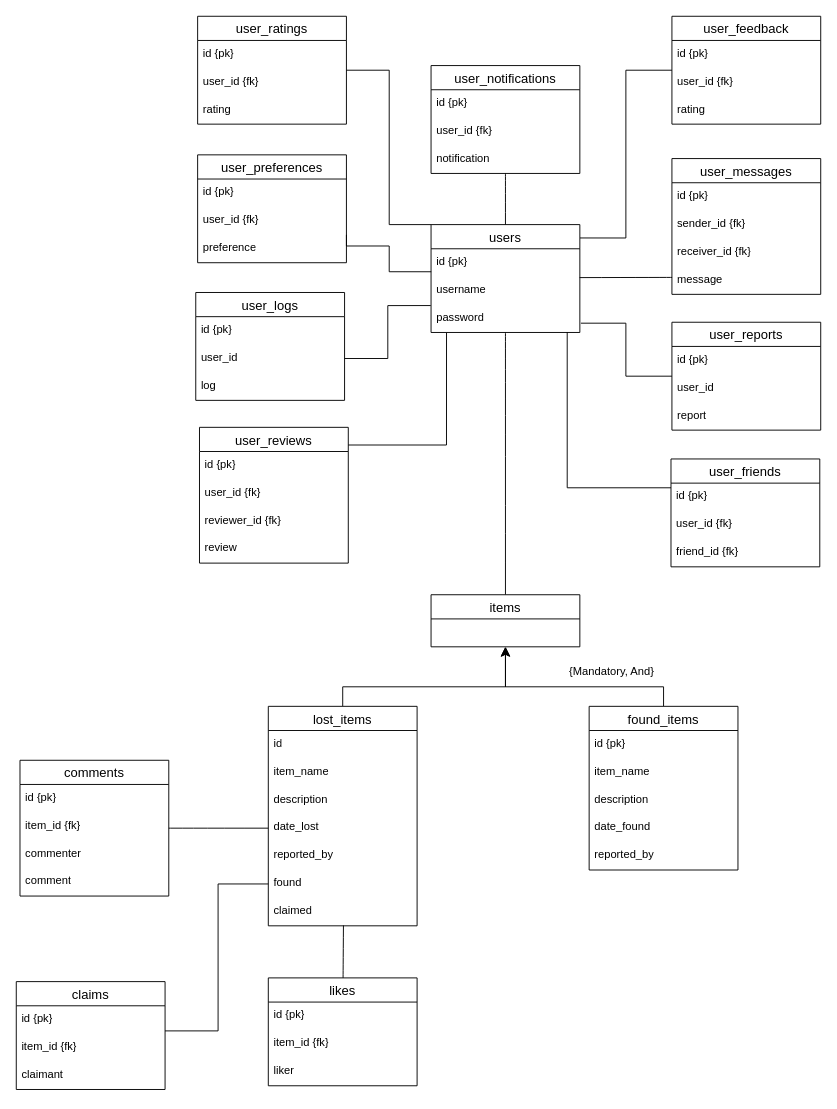
Before: Untitled Diagram.drawio in nurhanisahizzati/lostnfoundsystem, a draw.io diagram. Source tidied: cells renumbered, new cells numbered last; positions are measured from the earlier drawing's top-left corner, leaving out a move shared by most shapes. Both pictures are drawn from the tidied source at 93%, with x=0, y=0 at pixel (16, 16).
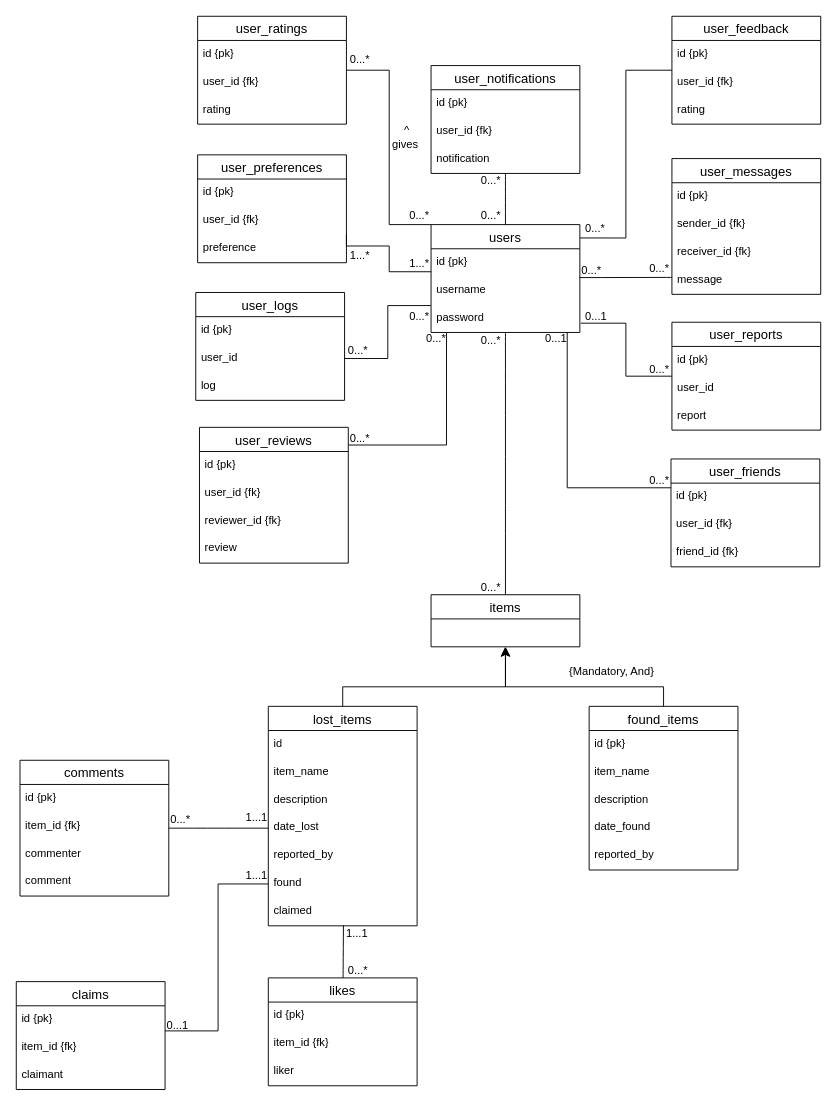
The same page after the edit.

Unchanged cells that the change refers to:
```xml
<mxCell id="3" value="users" style="swimlane;fontStyle=0;horizontal=1;startSize=26;align=center;fontSize=14;" parent="1" vertex="1">
  <mxGeometry x="446" y="224" width="160" height="116" as="geometry" />
</mxCell>
<mxCell id="73" value="user_ratings" style="swimlane;fontStyle=0;horizontal=1;startSize=26;align=center;fontSize=14;" parent="1" vertex="1">
  <mxGeometry x="195" width="160" height="116" as="geometry" />
</mxCell>
```

The edit, as a diff of the source:
```diff
@@
-    <mxCell id="72" style="edgeStyle=orthogonalEdgeStyle;rounded=0;jettySize=auto;html=1;entryX=0;entryY=0;entryDx=0;entryDy=0;fontSize=12;startSize=8;endSize=8;endArrow=none;endFill=0;" parent="1" edge="1" source="73" target="3">
-      <mxGeometry relative="1" as="geometry">
+    <mxCell id="72" value="&lt;div&gt;&amp;nbsp;^&lt;/div&gt;gives" style="edgeStyle=orthogonalEdgeStyle;rounded=0;jettySize=auto;html=1;entryX=0;entryY=0;entryDx=0;entryDy=0;fontSize=12;startSize=8;endSize=8;endArrow=none;endFill=0;" parent="1" edge="1" source="73" target="3">
+      <mxGeometry x="-0.08" y="17" relative="1" as="geometry">
         <Array as="points">
           <mxPoint x="401" y="58" />
           <mxPoint x="401" y="224" />
         </Array>
       </mxGeometry>
     </mxCell>
@@
+    <mxCell id="87" value="&lt;div style=&quot;forced-color-adjust: none; color: rgb(0, 0, 0); font-family: Helvetica; font-size: 12px; font-style: normal; font-variant-ligatures: normal; font-variant-caps: normal; font-weight: 400; letter-spacing: normal; orphans: 2; text-align: center; text-indent: 0px; text-transform: none; widows: 2; word-spacing: 0px; -webkit-text-stroke-width: 0px; white-space: nowrap; text-decoration-thickness: initial; text-decoration-style: initial; text-decoration-color: initial;&quot;&gt;0...*&lt;/div&gt;" style="text;whiteSpace=wrap;html=1;" parent="1" vertex="1">
+      <mxGeometry x="357" y="32.5" width="56" height="51" as="geometry" />
+    </mxCell>
+    <mxCell id="88" value="&lt;div style=&quot;forced-color-adjust: none; color: rgb(0, 0, 0); font-family: Helvetica; font-size: 12px; font-style: normal; font-variant-ligatures: normal; font-variant-caps: normal; font-weight: 400; letter-spacing: normal; orphans: 2; text-align: center; text-indent: 0px; text-transform: none; widows: 2; word-spacing: 0px; -webkit-text-stroke-width: 0px; white-space: nowrap; text-decoration-thickness: initial; text-decoration-style: initial; text-decoration-color: initial;&quot;&gt;0...*&lt;/div&gt;" style="text;whiteSpace=wrap;html=1;" parent="1" vertex="1">
+      <mxGeometry x="421" y="200.5" width="56" height="51" as="geometry" />
+    </mxCell>
+    <mxCell id="89" value="&lt;div style=&quot;forced-color-adjust: none; color: rgb(0, 0, 0); font-family: Helvetica; font-size: 12px; font-style: normal; font-variant-ligatures: normal; font-variant-caps: normal; font-weight: 400; letter-spacing: normal; orphans: 2; text-align: center; text-indent: 0px; text-transform: none; widows: 2; word-spacing: 0px; -webkit-text-stroke-width: 0px; white-space: nowrap; text-decoration-thickness: initial; text-decoration-style: initial; text-decoration-color: initial;&quot;&gt;0...*&lt;/div&gt;" style="text;whiteSpace=wrap;html=1;" parent="1" vertex="1">
+      <mxGeometry x="498" y="200.5" width="56" height="51" as="geometry" />
+    </mxCell>
+    <mxCell id="90" value="&lt;div style=&quot;forced-color-adjust: none; color: rgb(0, 0, 0); font-family: Helvetica; font-size: 12px; font-style: normal; font-variant-ligatures: normal; font-variant-caps: normal; font-weight: 400; letter-spacing: normal; orphans: 2; text-align: center; text-indent: 0px; text-transform: none; widows: 2; word-spacing: 0px; -webkit-text-stroke-width: 0px; white-space: nowrap; text-decoration-thickness: initial; text-decoration-style: initial; text-decoration-color: initial;&quot;&gt;0...*&lt;/div&gt;" style="text;whiteSpace=wrap;html=1;" parent="1" vertex="1">
+      <mxGeometry x="498" y="163" width="56" height="51" as="geometry" />
+    </mxCell>
+    <mxCell id="91" value="&lt;div style=&quot;forced-color-adjust: none; color: rgb(0, 0, 0); font-family: Helvetica; font-size: 12px; font-style: normal; font-variant-ligatures: normal; font-variant-caps: normal; font-weight: 400; letter-spacing: normal; orphans: 2; text-align: center; text-indent: 0px; text-transform: none; widows: 2; word-spacing: 0px; -webkit-text-stroke-width: 0px; white-space: nowrap; text-decoration-thickness: initial; text-decoration-style: initial; text-decoration-color: initial;&quot;&gt;0...*&lt;/div&gt;" style="text;whiteSpace=wrap;html=1;" parent="1" vertex="1">
+      <mxGeometry x="421" y="309" width="56" height="51" as="geometry" />
+    </mxCell>
+    <mxCell id="92" value="&lt;div style=&quot;forced-color-adjust: none; color: rgb(0, 0, 0); font-family: Helvetica; font-size: 12px; font-style: normal; font-variant-ligatures: normal; font-variant-caps: normal; font-weight: 400; letter-spacing: normal; orphans: 2; text-align: center; text-indent: 0px; text-transform: none; widows: 2; word-spacing: 0px; -webkit-text-stroke-width: 0px; white-space: nowrap; text-decoration-thickness: initial; text-decoration-style: initial; text-decoration-color: initial;&quot;&gt;0...*&lt;/div&gt;" style="text;whiteSpace=wrap;html=1;" parent="1" vertex="1">
+      <mxGeometry x="355" y="346" width="56" height="51" as="geometry" />
+    </mxCell>
+    <mxCell id="93" value="&lt;div style=&quot;forced-color-adjust: none; color: rgb(0, 0, 0); font-family: Helvetica; font-size: 12px; font-style: normal; font-variant-ligatures: normal; font-variant-caps: normal; font-weight: 400; letter-spacing: normal; orphans: 2; text-align: center; text-indent: 0px; text-transform: none; widows: 2; word-spacing: 0px; -webkit-text-stroke-width: 0px; white-space: nowrap; text-decoration-thickness: initial; text-decoration-style: initial; text-decoration-color: initial;&quot;&gt;0...*&lt;/div&gt;" style="text;whiteSpace=wrap;html=1;" parent="1" vertex="1">
+      <mxGeometry x="357" y="440" width="56" height="51" as="geometry" />
+    </mxCell>
+    <mxCell id="94" value="&lt;div style=&quot;forced-color-adjust: none; color: rgb(0, 0, 0); font-family: Helvetica; font-size: 12px; font-style: normal; font-variant-ligatures: normal; font-variant-caps: normal; font-weight: 400; letter-spacing: normal; orphans: 2; text-align: center; text-indent: 0px; text-transform: none; widows: 2; word-spacing: 0px; -webkit-text-stroke-width: 0px; white-space: nowrap; text-decoration-thickness: initial; text-decoration-style: initial; text-decoration-color: initial;&quot;&gt;0...*&lt;/div&gt;" style="text;whiteSpace=wrap;html=1;" parent="1" vertex="1">
+      <mxGeometry x="439" y="333" width="56" height="51" as="geometry" />
+    </mxCell>
+    <mxCell id="95" value="&lt;div style=&quot;forced-color-adjust: none; color: rgb(0, 0, 0); font-family: Helvetica; font-size: 12px; font-style: normal; font-variant-ligatures: normal; font-variant-caps: normal; font-weight: 400; letter-spacing: normal; orphans: 2; text-align: center; text-indent: 0px; text-transform: none; widows: 2; word-spacing: 0px; -webkit-text-stroke-width: 0px; white-space: nowrap; text-decoration-thickness: initial; text-decoration-style: initial; text-decoration-color: initial;&quot;&gt;1...*&lt;/div&gt;" style="text;whiteSpace=wrap;html=1;" parent="1" vertex="1">
+      <mxGeometry x="421" y="251.5" width="56" height="51" as="geometry" />
+    </mxCell>
+    <mxCell id="96" value="&lt;div style=&quot;forced-color-adjust: none; color: rgb(0, 0, 0); font-family: Helvetica; font-size: 12px; font-style: normal; font-variant-ligatures: normal; font-variant-caps: normal; font-weight: 400; letter-spacing: normal; orphans: 2; text-align: center; text-indent: 0px; text-transform: none; widows: 2; word-spacing: 0px; -webkit-text-stroke-width: 0px; white-space: nowrap; text-decoration-thickness: initial; text-decoration-style: initial; text-decoration-color: initial;&quot;&gt;1...*&lt;/div&gt;" style="text;whiteSpace=wrap;html=1;" parent="1" vertex="1">
+      <mxGeometry x="357" y="244" width="56" height="51" as="geometry" />
+    </mxCell>
+    <mxCell id="97" value="&lt;div style=&quot;forced-color-adjust: none; color: rgb(0, 0, 0); font-family: Helvetica; font-size: 12px; font-style: normal; font-variant-ligatures: normal; font-variant-caps: normal; font-weight: 400; letter-spacing: normal; orphans: 2; text-align: center; text-indent: 0px; text-transform: none; widows: 2; word-spacing: 0px; -webkit-text-stroke-width: 0px; white-space: nowrap; text-decoration-thickness: initial; text-decoration-style: initial; text-decoration-color: initial;&quot;&gt;0...*&lt;/div&gt;" style="text;whiteSpace=wrap;html=1;" parent="1" vertex="1">
+      <mxGeometry x="610" y="214" width="56" height="51" as="geometry" />
+    </mxCell>
+    <mxCell id="98" value="&lt;div style=&quot;forced-color-adjust: none; color: rgb(0, 0, 0); font-family: Helvetica; font-size: 12px; font-style: normal; font-variant-ligatures: normal; font-variant-caps: normal; font-weight: 400; letter-spacing: normal; orphans: 2; text-align: center; text-indent: 0px; text-transform: none; widows: 2; word-spacing: 0px; -webkit-text-stroke-width: 0px; white-space: nowrap; text-decoration-thickness: initial; text-decoration-style: initial; text-decoration-color: initial;&quot;&gt;0...*&lt;/div&gt;" style="text;whiteSpace=wrap;html=1;" parent="1" vertex="1">
+      <mxGeometry x="679" y="258" width="56" height="51" as="geometry" />
+    </mxCell>
+    <mxCell id="99" value="&lt;div style=&quot;forced-color-adjust: none; color: rgb(0, 0, 0); font-family: Helvetica; font-size: 12px; font-style: normal; font-variant-ligatures: normal; font-variant-caps: normal; font-weight: 400; letter-spacing: normal; orphans: 2; text-align: center; text-indent: 0px; text-transform: none; widows: 2; word-spacing: 0px; -webkit-text-stroke-width: 0px; white-space: nowrap; text-decoration-thickness: initial; text-decoration-style: initial; text-decoration-color: initial;&quot;&gt;0...*&lt;/div&gt;" style="text;whiteSpace=wrap;html=1;" parent="1" vertex="1">
+      <mxGeometry x="606" y="260" width="56" height="51" as="geometry" />
+    </mxCell>
+    <mxCell id="100" value="&lt;div style=&quot;forced-color-adjust: none; color: rgb(0, 0, 0); font-family: Helvetica; font-size: 12px; font-style: normal; font-variant-ligatures: normal; font-variant-caps: normal; font-weight: 400; letter-spacing: normal; orphans: 2; text-align: center; text-indent: 0px; text-transform: none; widows: 2; word-spacing: 0px; -webkit-text-stroke-width: 0px; white-space: nowrap; text-decoration-thickness: initial; text-decoration-style: initial; text-decoration-color: initial;&quot;&gt;0...1&lt;/div&gt;" style="text;whiteSpace=wrap;html=1;" parent="1" vertex="1">
+      <mxGeometry x="610" y="309" width="56" height="51" as="geometry" />
+    </mxCell>
+    <mxCell id="101" value="&lt;div style=&quot;forced-color-adjust: none; color: rgb(0, 0, 0); font-family: Helvetica; font-size: 12px; font-style: normal; font-variant-ligatures: normal; font-variant-caps: normal; font-weight: 400; letter-spacing: normal; orphans: 2; text-align: center; text-indent: 0px; text-transform: none; widows: 2; word-spacing: 0px; -webkit-text-stroke-width: 0px; white-space: nowrap; text-decoration-thickness: initial; text-decoration-style: initial; text-decoration-color: initial;&quot;&gt;0...*&lt;/div&gt;" style="text;whiteSpace=wrap;html=1;" parent="1" vertex="1">
+      <mxGeometry x="679" y="366" width="56" height="51" as="geometry" />
+    </mxCell>
+    <mxCell id="102" value="&lt;div style=&quot;forced-color-adjust: none; color: rgb(0, 0, 0); font-family: Helvetica; font-size: 12px; font-style: normal; font-variant-ligatures: normal; font-variant-caps: normal; font-weight: 400; letter-spacing: normal; orphans: 2; text-align: center; text-indent: 0px; text-transform: none; widows: 2; word-spacing: 0px; -webkit-text-stroke-width: 0px; white-space: nowrap; text-decoration-thickness: initial; text-decoration-style: initial; text-decoration-color: initial;&quot;&gt;0...1&lt;/div&gt;" style="text;whiteSpace=wrap;html=1;" parent="1" vertex="1">
+      <mxGeometry x="567" y="333" width="56" height="51" as="geometry" />
+    </mxCell>
+    <mxCell id="103" value="&lt;div style=&quot;forced-color-adjust: none; color: rgb(0, 0, 0); font-family: Helvetica; font-size: 12px; font-style: normal; font-variant-ligatures: normal; font-variant-caps: normal; font-weight: 400; letter-spacing: normal; orphans: 2; text-align: center; text-indent: 0px; text-transform: none; widows: 2; word-spacing: 0px; -webkit-text-stroke-width: 0px; white-space: nowrap; text-decoration-thickness: initial; text-decoration-style: initial; text-decoration-color: initial;&quot;&gt;0...*&lt;/div&gt;" style="text;whiteSpace=wrap;html=1;" parent="1" vertex="1">
+      <mxGeometry x="679" y="485" width="56" height="51" as="geometry" />
+    </mxCell>
+    <mxCell id="104" value="&lt;div style=&quot;forced-color-adjust: none; color: rgb(0, 0, 0); font-family: Helvetica; font-size: 12px; font-style: normal; font-variant-ligatures: normal; font-variant-caps: normal; font-weight: 400; letter-spacing: normal; orphans: 2; text-align: center; text-indent: 0px; text-transform: none; widows: 2; word-spacing: 0px; -webkit-text-stroke-width: 0px; white-space: nowrap; text-decoration-thickness: initial; text-decoration-style: initial; text-decoration-color: initial;&quot;&gt;0...*&lt;/div&gt;" style="text;whiteSpace=wrap;html=1;" parent="1" vertex="1">
+      <mxGeometry x="498" y="335" width="56" height="51" as="geometry" />
+    </mxCell>
+    <mxCell id="105" value="&lt;div style=&quot;forced-color-adjust: none; color: rgb(0, 0, 0); font-family: Helvetica; font-size: 12px; font-style: normal; font-variant-ligatures: normal; font-variant-caps: normal; font-weight: 400; letter-spacing: normal; orphans: 2; text-align: center; text-indent: 0px; text-transform: none; widows: 2; word-spacing: 0px; -webkit-text-stroke-width: 0px; white-space: nowrap; text-decoration-thickness: initial; text-decoration-style: initial; text-decoration-color: initial;&quot;&gt;0...*&lt;/div&gt;" style="text;whiteSpace=wrap;html=1;" parent="1" vertex="1">
+      <mxGeometry x="498" y="600" width="56" height="51" as="geometry" />
+    </mxCell>
+    <mxCell id="106" value="&lt;div style=&quot;forced-color-adjust: none; color: rgb(0, 0, 0); font-family: Helvetica; font-size: 12px; font-style: normal; font-variant-ligatures: normal; font-variant-caps: normal; font-weight: 400; letter-spacing: normal; orphans: 2; text-align: center; text-indent: 0px; text-transform: none; widows: 2; word-spacing: 0px; -webkit-text-stroke-width: 0px; white-space: nowrap; text-decoration-thickness: initial; text-decoration-style: initial; text-decoration-color: initial;&quot;&gt;1...1&lt;/div&gt;" style="text;whiteSpace=wrap;html=1;" parent="1" vertex="1">
+      <mxGeometry x="245" y="847.5" width="56" height="51" as="geometry" />
+    </mxCell>
+    <mxCell id="107" value="&lt;div style=&quot;forced-color-adjust: none; color: rgb(0, 0, 0); font-family: Helvetica; font-size: 12px; font-style: normal; font-variant-ligatures: normal; font-variant-caps: normal; font-weight: 400; letter-spacing: normal; orphans: 2; text-align: center; text-indent: 0px; text-transform: none; widows: 2; word-spacing: 0px; -webkit-text-stroke-width: 0px; white-space: nowrap; text-decoration-thickness: initial; text-decoration-style: initial; text-decoration-color: initial;&quot;&gt;0...*&lt;/div&gt;" style="text;whiteSpace=wrap;html=1;" parent="1" vertex="1">
+      <mxGeometry x="164" y="850" width="56" height="51" as="geometry" />
+    </mxCell>
+    <mxCell id="108" value="&lt;div style=&quot;forced-color-adjust: none; color: rgb(0, 0, 0); font-family: Helvetica; font-size: 12px; font-style: normal; font-variant-ligatures: normal; font-variant-caps: normal; font-weight: 400; letter-spacing: normal; orphans: 2; text-align: center; text-indent: 0px; text-transform: none; widows: 2; word-spacing: 0px; -webkit-text-stroke-width: 0px; white-space: nowrap; text-decoration-thickness: initial; text-decoration-style: initial; text-decoration-color: initial;&quot;&gt;1...1&lt;/div&gt;" style="text;whiteSpace=wrap;html=1;" parent="1" vertex="1">
+      <mxGeometry x="245" y="910" width="56" height="51" as="geometry" />
+    </mxCell>
+    <mxCell id="109" value="&lt;div style=&quot;forced-color-adjust: none; color: rgb(0, 0, 0); font-family: Helvetica; font-size: 12px; font-style: normal; font-variant-ligatures: normal; font-variant-caps: normal; font-weight: 400; letter-spacing: normal; orphans: 2; text-align: center; text-indent: 0px; text-transform: none; widows: 2; word-spacing: 0px; -webkit-text-stroke-width: 0px; white-space: nowrap; text-decoration-thickness: initial; text-decoration-style: initial; text-decoration-color: initial;&quot;&gt;0...1&lt;/div&gt;" style="text;whiteSpace=wrap;html=1;" parent="1" vertex="1">
+      <mxGeometry x="160" y="1070.5" width="56" height="51" as="geometry" />
+    </mxCell>
+    <mxCell id="110" value="&lt;div style=&quot;forced-color-adjust: none; color: rgb(0, 0, 0); font-family: Helvetica; font-size: 12px; font-style: normal; font-variant-ligatures: normal; font-variant-caps: normal; font-weight: 400; letter-spacing: normal; orphans: 2; text-align: center; text-indent: 0px; text-transform: none; widows: 2; word-spacing: 0px; -webkit-text-stroke-width: 0px; white-space: nowrap; text-decoration-thickness: initial; text-decoration-style: initial; text-decoration-color: initial;&quot;&gt;1...1&lt;/div&gt;" style="text;whiteSpace=wrap;html=1;" parent="1" vertex="1">
+      <mxGeometry x="353" y="973" width="56" height="51" as="geometry" />
+    </mxCell>
+    <mxCell id="111" value="&lt;div style=&quot;forced-color-adjust: none; color: rgb(0, 0, 0); font-family: Helvetica; font-size: 12px; font-style: normal; font-variant-ligatures: normal; font-variant-caps: normal; font-weight: 400; letter-spacing: normal; orphans: 2; text-align: center; text-indent: 0px; text-transform: none; widows: 2; word-spacing: 0px; -webkit-text-stroke-width: 0px; white-space: nowrap; text-decoration-thickness: initial; text-decoration-style: initial; text-decoration-color: initial;&quot;&gt;0...*&lt;/div&gt;" style="text;whiteSpace=wrap;html=1;" parent="1" vertex="1">
+      <mxGeometry x="355" y="1012" width="56" height="51" as="geometry" />
+    </mxCell>
```
